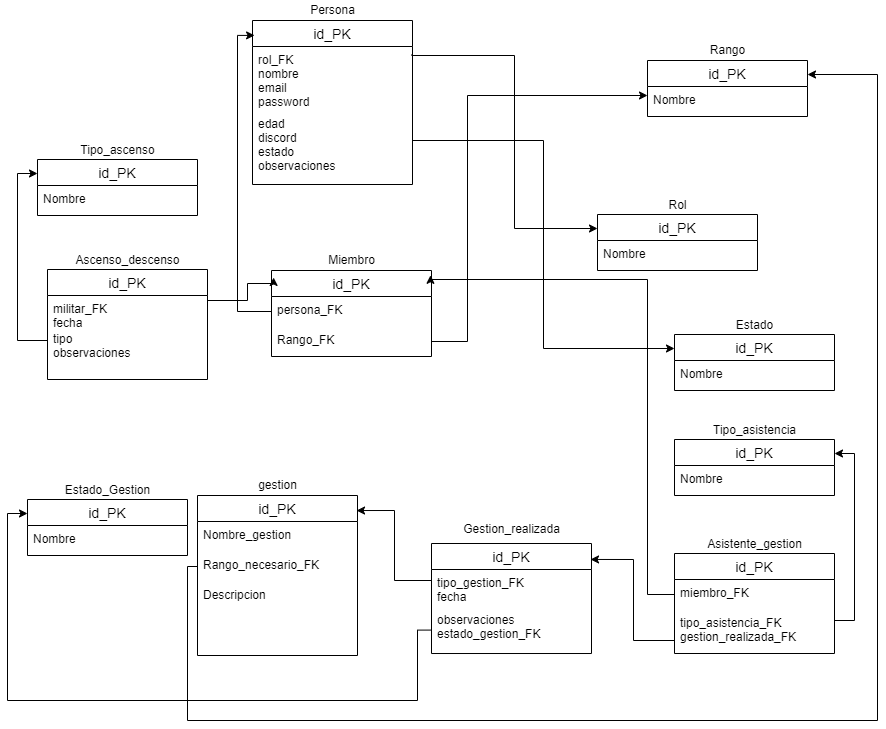
The draw.io diagram src/assets/diagrams/BD SAFA System.drawio.png in manny1909/sistema-gestion-SAFA, before a commit. Source tidied: cells renumbered, new cells last; positions are measured from the earlier drawing's top-left corner, leaving out a move shared by most shapes.
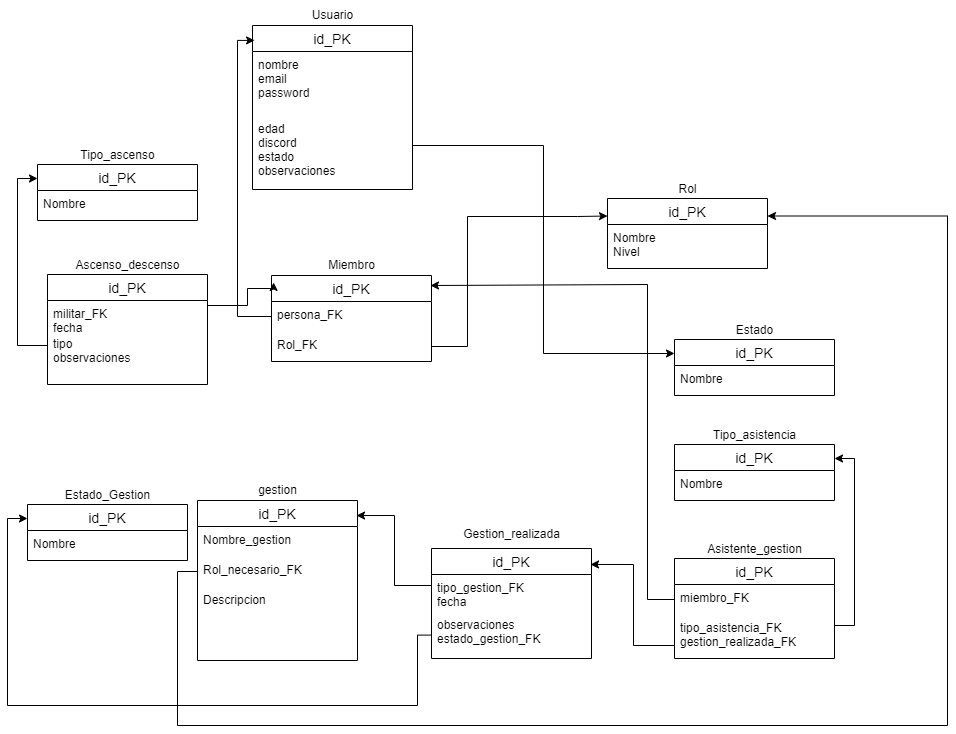
The same diagram one commit later.

Commit message:
diagrama db actualizado

The edit, as a diff of the source:
```diff
@@ -8,14 +8,14 @@
     <mxCell id="3" value="id_PK" style="swimlane;fontStyle=0;horizontal=1;startSize=26;align=center;fontSize=14;" parent="2" vertex="1">
       <mxGeometry y="20" width="160" height="164" as="geometry" />
     </mxCell>
-    <mxCell id="4" value="rol_FK&#10;nombre&#10;email&#10;password" style="text;strokeColor=none;fillColor=none;spacingLeft=4;spacingRight=4;overflow=hidden;points=[[0,0.5],[1,0.5]];portConstraint=eastwest;fontSize=12;" parent="3" vertex="1">
+    <mxCell id="4" value="nombre&#10;email&#10;password" style="text;strokeColor=none;fillColor=none;spacingLeft=4;spacingRight=4;overflow=hidden;points=[[0,0.5],[1,0.5]];portConstraint=eastwest;fontSize=12;" parent="3" vertex="1">
       <mxGeometry y="26" width="160" height="64" as="geometry" />
     </mxCell>
     <mxCell id="5" value="edad&#10;discord&#10;estado&#10;observaciones" style="text;strokeColor=none;fillColor=none;spacingLeft=4;spacingRight=4;overflow=hidden;points=[[0,0.5],[1,0.5]];portConstraint=eastwest;fontSize=12;" parent="3" vertex="1">
       <mxGeometry y="90" width="160" height="74" as="geometry" />
     </mxCell>
-    <mxCell id="6" value="Persona" style="text;html=1;align=center;verticalAlign=middle;strokeColor=none;fillColor=none;" parent="2" vertex="1">
-      <mxGeometry x="50" width="60" height="20" as="geometry" />
+    <mxCell id="6" value="Usuario" style="text;html=1;align=center;verticalAlign=middle;strokeColor=none;fillColor=none;" parent="2" vertex="1">
+      <mxGeometry x="50" y="-5" width="60" height="30" as="geometry" />
     </mxCell>
     <mxCell id="7" style="group;" parent="1" vertex="1">
       <mxGeometry x="264" y="250" width="160" height="180" as="geometry" />
@@ -26,7 +26,7 @@
     <mxCell id="9" value="persona_FK" style="text;strokeColor=none;fillColor=none;spacingLeft=4;spacingRight=4;overflow=hidden;points=[[0,0.5],[1,0.5]];portConstraint=eastwest;fontSize=12;" parent="8" vertex="1">
       <mxGeometry y="26" width="160" height="30" as="geometry" />
     </mxCell>
-    <mxCell id="10" value="Rango_FK" style="text;strokeColor=none;fillColor=none;spacingLeft=4;spacingRight=4;overflow=hidden;points=[[0,0.5],[1,0.5]];portConstraint=eastwest;fontSize=12;" parent="8" vertex="1">
+    <mxCell id="10" value="Rol_FK" style="text;strokeColor=none;fillColor=none;spacingLeft=4;spacingRight=4;overflow=hidden;points=[[0,0.5],[1,0.5]];portConstraint=eastwest;fontSize=12;" parent="8" vertex="1">
       <mxGeometry y="56" width="160" height="30" as="geometry" />
     </mxCell>
     <mxCell id="11" value="Miembro" style="text;html=1;align=center;verticalAlign=middle;strokeColor=none;fillColor=none;" parent="7" vertex="1">
@@ -41,7 +41,7 @@
     <mxCell id="14" value="Nombre_gestion&#10;" style="text;strokeColor=none;fillColor=none;spacingLeft=4;spacingRight=4;overflow=hidden;fontSize=12;" parent="13" vertex="1">
       <mxGeometry y="26" width="160" height="30" as="geometry" />
     </mxCell>
-    <mxCell id="15" value="Rango_necesario_FK" style="text;strokeColor=none;fillColor=none;spacingLeft=4;spacingRight=4;overflow=hidden;points=[[0,0.5],[1,0.5]];portConstraint=eastwest;fontSize=12;" parent="13" vertex="1">
+    <mxCell id="15" value="Rol_necesario_FK" style="text;strokeColor=none;fillColor=none;spacingLeft=4;spacingRight=4;overflow=hidden;points=[[0,0.5],[1,0.5]];portConstraint=eastwest;fontSize=12;" parent="13" vertex="1">
       <mxGeometry y="56" width="160" height="30" as="geometry" />
     </mxCell>
     <mxCell id="16" value="Descripcion&#10;&#10;" style="text;strokeColor=none;fillColor=none;spacingLeft=4;spacingRight=4;overflow=hidden;fontSize=12;" parent="13" vertex="1">
@@ -51,29 +51,17 @@
       <mxGeometry x="55" width="50" height="20" as="geometry" />
     </mxCell>
     <mxCell id="18" style="group;" parent="1" vertex="1">
-      <mxGeometry x="590" y="195" width="160" height="75" as="geometry" />
+      <mxGeometry x="600" y="174" width="160" height="89" as="geometry" />
     </mxCell>
     <mxCell id="19" value="id_PK" style="swimlane;fontStyle=0;horizontal=1;startSize=26;align=center;fontSize=14;" parent="18" vertex="1">
-      <mxGeometry y="19" width="160" height="56" as="geometry" />
+      <mxGeometry y="19" width="160" height="70" as="geometry" />
     </mxCell>
-    <mxCell id="20" value="Nombre&#10;" style="text;strokeColor=none;fillColor=none;spacingLeft=4;spacingRight=4;overflow=hidden;fontSize=12;" parent="19" vertex="1">
-      <mxGeometry y="26" width="160" height="30" as="geometry" />
+    <mxCell id="20" value="Nombre&#10;Nivel" style="text;strokeColor=none;fillColor=none;spacingLeft=4;spacingRight=4;overflow=hidden;fontSize=12;" parent="19" vertex="1">
+      <mxGeometry y="26" width="160" height="44" as="geometry" />
     </mxCell>
     <mxCell id="21" value="Rol" style="text;html=1;align=center;verticalAlign=middle;strokeColor=none;fillColor=none;" parent="18" vertex="1">
       <mxGeometry x="65" width="30" height="20" as="geometry" />
     </mxCell>
-    <mxCell id="22" style="group;" parent="1" vertex="1">
-      <mxGeometry x="640" y="40" width="160" height="76" as="geometry" />
-    </mxCell>
-    <mxCell id="23" value="id_PK" style="swimlane;fontStyle=0;horizontal=1;startSize=26;align=center;fontSize=14;" parent="22" vertex="1">
-      <mxGeometry y="20" width="160" height="56" as="geometry" />
-    </mxCell>
-    <mxCell id="24" value="Nombre&#10;" style="text;strokeColor=none;fillColor=none;spacingLeft=4;spacingRight=4;overflow=hidden;points=[[0,0.5],[1,0.5]];portConstraint=eastwest;fontSize=12;" parent="23" vertex="1">
-      <mxGeometry y="26" width="160" height="30" as="geometry" />
-    </mxCell>
-    <mxCell id="25" value="Rango" style="text;html=1;align=center;verticalAlign=middle;strokeColor=none;fillColor=none;" parent="22" vertex="1">
-      <mxGeometry x="55" width="50" height="20" as="geometry" />
-    </mxCell>
     <mxCell id="26" style="group;" parent="1" vertex="1">
       <mxGeometry x="667" y="315" width="160" height="75" as="geometry" />
     </mxCell>
@@ -151,23 +139,15 @@
         </Array>
       </mxGeometry>
     </mxCell>
-    <mxCell id="50" style="edgeStyle=orthogonalEdgeStyle;rounded=0;jettySize=auto;html=1;entryX=0;entryY=0.3;entryDx=0;entryDy=0;entryPerimeter=0;" parent="1" edge="1" source="10" target="24">
+    <mxCell id="50" style="edgeStyle=orthogonalEdgeStyle;rounded=0;jettySize=auto;html=1;entryX=0;entryY=0.25;entryDx=0;entryDy=0;" parent="1" edge="1" source="10" target="19">
       <mxGeometry relative="1" as="geometry">
         <Array as="points">
           <mxPoint x="460" y="341" />
-          <mxPoint x="460" y="95" />
+          <mxPoint x="460" y="211" />
+          <mxPoint x="570" y="211" />
         </Array>
       </mxGeometry>
     </mxCell>
-    <mxCell id="51" style="edgeStyle=orthogonalEdgeStyle;rounded=0;jettySize=auto;html=1;entryX=0;entryY=0.25;entryDx=0;entryDy=0;exitX=0.996;exitY=0.125;exitDx=0;exitDy=0;exitPerimeter=0;" parent="1" edge="1" source="4" target="19">
-      <mxGeometry relative="1" as="geometry">
-        <Array as="points">
-          <mxPoint x="404" y="55" />
-          <mxPoint x="507" y="55" />
-          <mxPoint x="507" y="228" />
-        </Array>
-      </mxGeometry>
-    </mxCell>
     <mxCell id="52" style="edgeStyle=orthogonalEdgeStyle;rounded=0;jettySize=auto;html=1;entryX=0;entryY=0.25;entryDx=0;entryDy=0;" parent="1" edge="1" source="5" target="27">
       <mxGeometry relative="1" as="geometry">
         <Array as="points">
@@ -200,8 +180,9 @@
         </Array>
       </mxGeometry>
     </mxCell>
-    <mxCell id="56" style="edgeStyle=orthogonalEdgeStyle;rounded=0;jettySize=auto;html=1;entryX=0.994;entryY=0.056;entryDx=0;entryDy=0;entryPerimeter=0;" parent="1" edge="1" source="37" target="8">
+    <mxCell id="56" style="edgeStyle=orthogonalEdgeStyle;rounded=0;jettySize=auto;html=1;" parent="1" edge="1" source="37">
       <mxGeometry relative="1" as="geometry">
+        <mxPoint x="423" y="280" as="targetPoint" />
         <Array as="points">
           <mxPoint x="640" y="594" />
           <mxPoint x="640" y="279" />
@@ -216,16 +197,6 @@
         </Array>
       </mxGeometry>
     </mxCell>
-    <mxCell id="58" style="edgeStyle=orthogonalEdgeStyle;rounded=0;jettySize=auto;html=1;entryX=1;entryY=0.25;entryDx=0;entryDy=0;" parent="1" edge="1" source="15" target="23">
-      <mxGeometry relative="1" as="geometry">
-        <Array as="points">
-          <mxPoint x="180" y="566" />
-          <mxPoint x="180" y="720" />
-          <mxPoint x="870" y="720" />
-          <mxPoint x="870" y="74" />
-        </Array>
-      </mxGeometry>
-    </mxCell>
     <mxCell id="59" style="group;" parent="1" vertex="1">
       <mxGeometry x="20" y="480" width="160" height="75" as="geometry" />
     </mxCell>
@@ -268,5 +239,15 @@
         </Array>
       </mxGeometry>
     </mxCell>
+    <mxCell id="69" style="edgeStyle=orthogonalEdgeStyle;rounded=0;jettySize=auto;html=1;exitX=0;exitY=0.5;exitDx=0;exitDy=0;entryX=1;entryY=0.25;entryDx=0;entryDy=0;" parent="1" edge="1" source="15" target="19">
+      <mxGeometry relative="1" as="geometry">
+        <Array as="points">
+          <mxPoint x="170" y="566" />
+          <mxPoint x="170" y="720" />
+          <mxPoint x="940" y="720" />
+          <mxPoint x="940" y="210" />
+        </Array>
+      </mxGeometry>
+    </mxCell>
   </root>
 </mxGraphModel>
```
